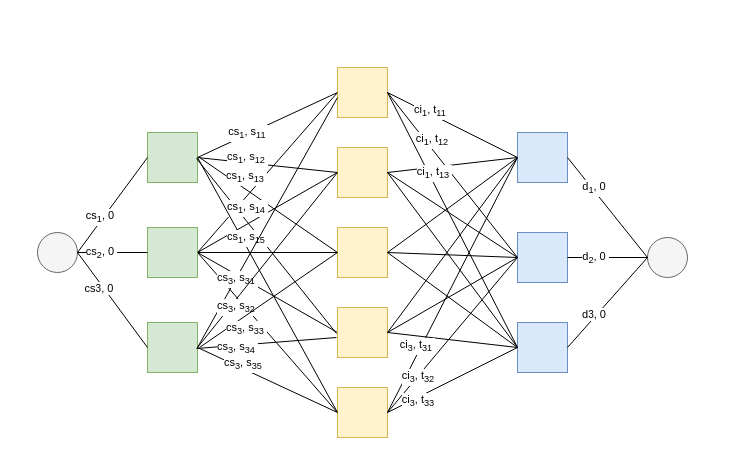
This is docs/source/MIP/solved/img/planet_express.drawio from ffraile/operations-research-notebooks, a draw.io file, before an edit. Source tidied: cells renumbered, new cells numbered last; positions are measured from the earlier drawing's top-left corner, leaving out a move shared by most shapes. Both pictures are drawn from the tidied source at 100%, with x=0, y=0 at pixel (37, 67).
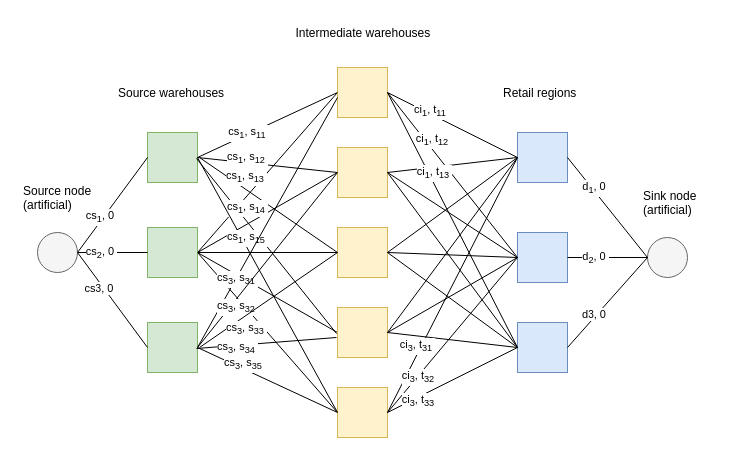
After the change.

Commit message (it also covers changes not shown here):
Added png to planet express deliveries

The edit, as a diff of the source:
```diff
@@
+    <mxCell id="68" value="Source node&#10;(artificial)" style="text;strokeColor=none;fillColor=none;align=left;verticalAlign=middle;spacingLeft=4;spacingRight=4;overflow=hidden;" parent="1" vertex="1">
+      <mxGeometry x="-20" y="115" width="80" height="30" as="geometry" />
+    </mxCell>
+    <mxCell id="69" value="Source warehouses" style="text;strokeColor=none;fillColor=none;align=left;verticalAlign=middle;spacingLeft=4;spacingRight=4;overflow=hidden;" parent="1" vertex="1">
+      <mxGeometry x="75" y="10" width="120" height="30" as="geometry" />
+    </mxCell>
+    <mxCell id="70" value="Intermediate warehouses" style="text;strokeColor=none;fillColor=none;align=left;verticalAlign=middle;spacingLeft=4;spacingRight=4;overflow=hidden;" parent="1" vertex="1">
+      <mxGeometry x="252.5" y="-50" width="145" height="30" as="geometry" />
+    </mxCell>
+    <mxCell id="71" value="Retail regions" style="text;strokeColor=none;fillColor=none;align=left;verticalAlign=middle;spacingLeft=4;spacingRight=4;overflow=hidden;" parent="1" vertex="1">
+      <mxGeometry x="460" y="10" width="90" height="30" as="geometry" />
+    </mxCell>
+    <mxCell id="72" value="Sink node&#10;(artificial)" style="text;strokeColor=none;fillColor=none;align=left;verticalAlign=middle;spacingLeft=4;spacingRight=4;overflow=hidden;" parent="1" vertex="1">
+      <mxGeometry x="600" y="120" width="80" height="30" as="geometry" />
+    </mxCell>
```
